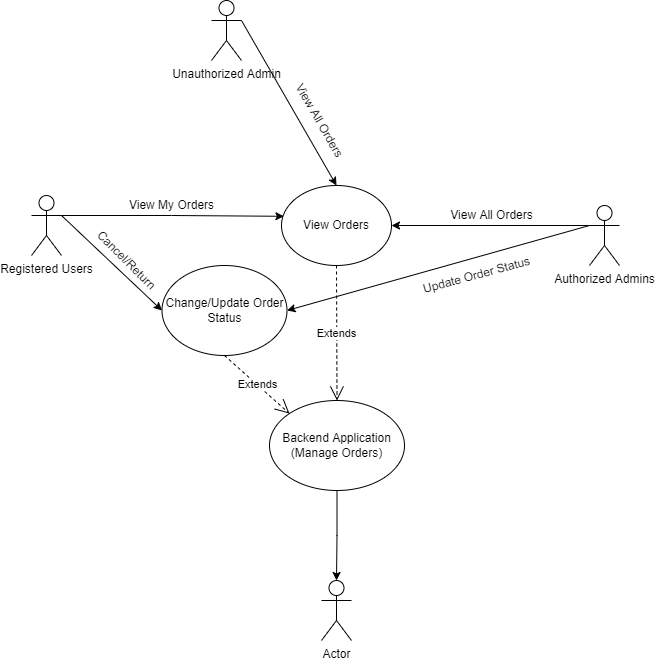
Before: Use case diagram/Manage orders.png, a diagram exported from draw.io (mohitleo03/Software-Engineering-Project-Management). Source tidied: cells renumbered, new cells last; positions are measured from the earlier drawing's top-left corner, leaving out a move shared by most shapes.
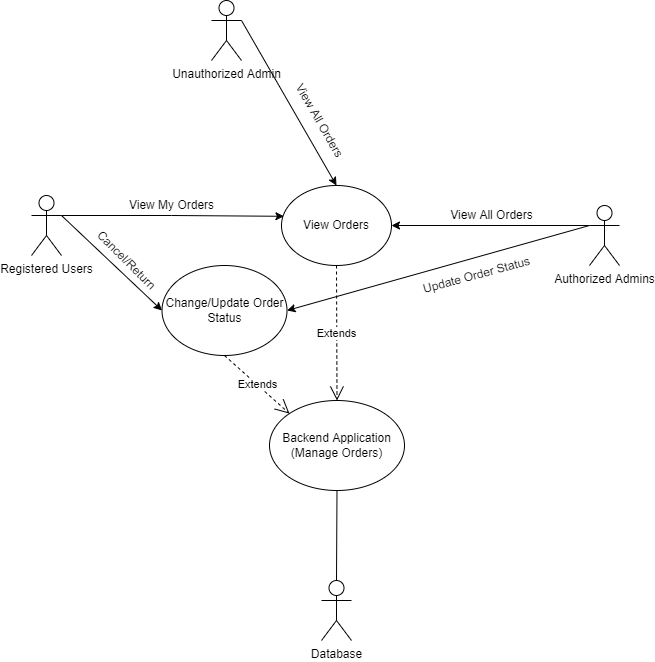
The same file after the commit.

Diff of the diagram source:
```diff
@@ -20,10 +20,7 @@
     <mxCell id="7" value="Authorized Admins" style="shape=umlActor;verticalLabelPosition=bottom;verticalAlign=top;html=1;outlineConnect=0;" parent="1" vertex="1">
       <mxGeometry x="558" y="205" width="30" height="60" as="geometry" />
     </mxCell>
-    <mxCell id="8" style="edgeStyle=orthogonalEdgeStyle;rounded=0;jettySize=auto;html=1;entryX=0.5;entryY=0;entryDx=0;entryDy=0;entryPerimeter=0;exitX=0.5;exitY=1;exitDx=0;exitDy=0;" parent="1" edge="1" source="3" target="9">
-      <mxGeometry relative="1" as="geometry" />
-    </mxCell>
-    <mxCell id="9" value="Actor" style="shape=umlActor;verticalLabelPosition=bottom;verticalAlign=top;html=1;outlineConnect=0;" parent="1" vertex="1">
+    <mxCell id="9" value="Database" style="shape=umlActor;verticalLabelPosition=bottom;verticalAlign=top;html=1;outlineConnect=0;" parent="1" vertex="1">
       <mxGeometry x="290" y="580" width="30" height="60" as="geometry" />
     </mxCell>
     <mxCell id="10" value="Cancel/Return" style="text;html=1;align=center;verticalAlign=middle;strokeColor=none;fillColor=none;rotation=45;" parent="1" vertex="1">
@@ -62,5 +59,8 @@
     <mxCell id="21" value="View All Orders" style="text;html=1;align=center;verticalAlign=middle;strokeColor=none;fillColor=none;rotation=60;" parent="1" vertex="1">
       <mxGeometry x="238" y="110" width="100" height="20" as="geometry" />
     </mxCell>
+    <mxCell id="22" style="endArrow=none;html=1;rounded=0;entryX=0.5;entryY=1;entryDx=0;entryDy=0;exitX=0.5;exitY=0;exitDx=0;exitDy=0;exitPerimeter=0;" parent="1" edge="1" source="9" target="3">
+      <mxGeometry relative="1" as="geometry" />
+    </mxCell>
   </root>
 </mxGraphModel>
```
